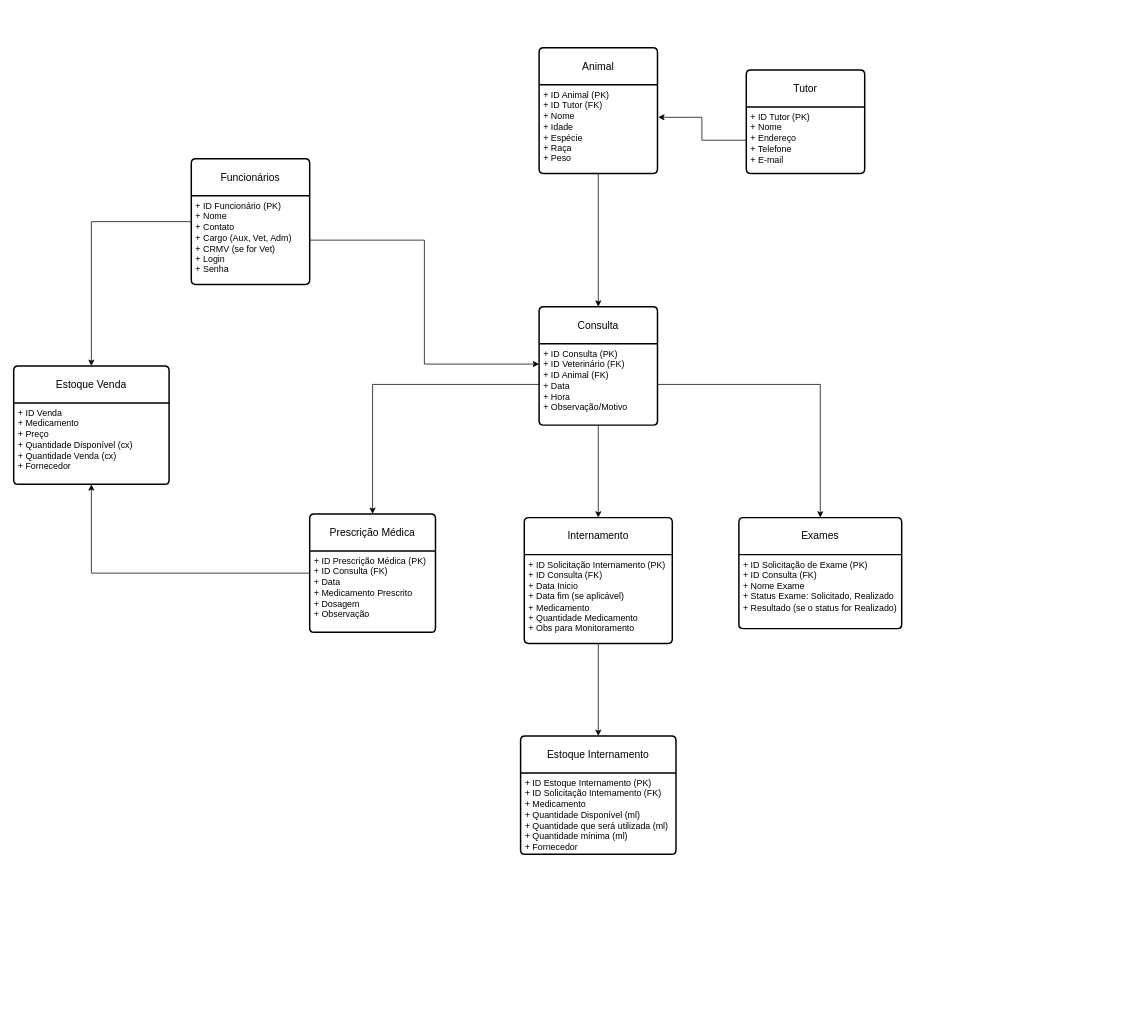
Above: ModelagemBancoClinicaVet.drawio in marcosbarross/MascotsClinicaVet (draw.io), before the change. Source tidied: cells renumbered, new cells numbered last; positions are measured from the earlier drawing's top-left corner, leaving out a move shared by most shapes. Both pictures are drawn from the tidied source at 74%, with x=0, y=0 at pixel (13, 47).
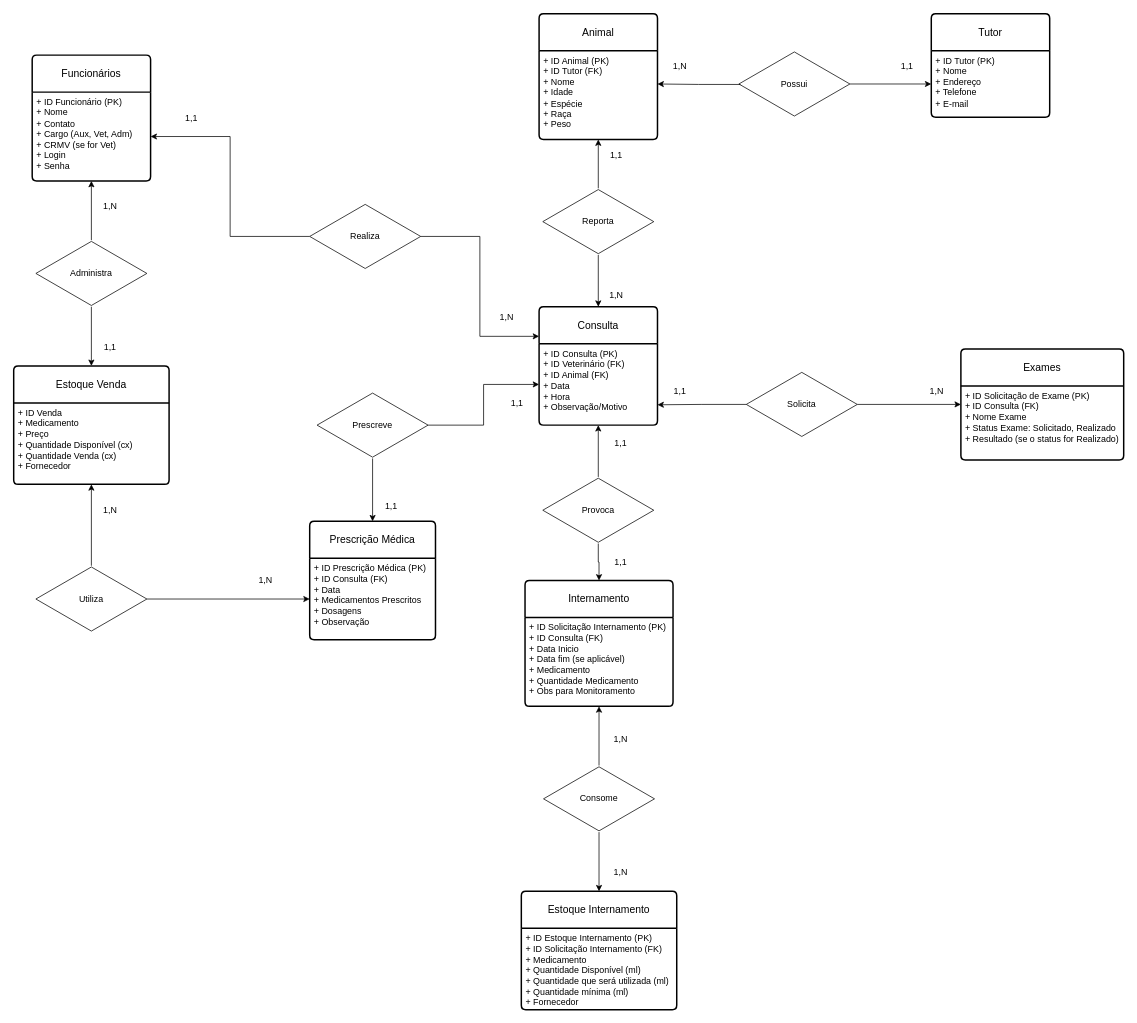
After the change.

Unchanged cells that the change refers to:
```xml
<mxCell id="4" value="+ ID Funcionário (PK)&lt;div&gt;+ Nome&lt;/div&gt;&lt;div&gt;+ Contato&lt;br&gt;&lt;div&gt;+ Cargo (Aux, Vet, Adm)&lt;/div&gt;&lt;div&gt;+ CRMV (se for Vet)&lt;/div&gt;&lt;div&gt;+&amp;nbsp;&lt;span style=&quot;background-color: initial;&quot;&gt;Login&amp;nbsp;&lt;/span&gt;&lt;/div&gt;&lt;div&gt;&lt;span style=&quot;background-color: initial;&quot;&gt;+ Senha&lt;/span&gt;&lt;/div&gt;&lt;/div&gt;" style="align=left;strokeColor=none;fillColor=none;spacingLeft=4;fontSize=12;verticalAlign=top;html=1;" parent="3" vertex="1">
  <mxGeometry y="50" width="160" height="120" as="geometry" />
</mxCell>
<mxCell id="6" value="+ ID Animal (PK)&lt;div&gt;+ ID Tutor (FK)&lt;/div&gt;&lt;div&gt;+ Nome&lt;/div&gt;&lt;div&gt;+ Idade&lt;/div&gt;&lt;div&gt;+ Espécie&lt;/div&gt;&lt;div&gt;+ Raça&lt;/div&gt;&lt;div&gt;+ Peso&lt;/div&gt;" style="align=left;strokeColor=none;fillColor=none;spacingLeft=4;fontSize=12;verticalAlign=top;html=1;" parent="5" vertex="1">
  <mxGeometry y="50" width="160" height="120" as="geometry" />
</mxCell>
<mxCell id="8" value="+ ID Tutor (PK)&lt;div&gt;+ Nome&lt;br&gt;+ Endereço&lt;br&gt;+ Telefone&amp;nbsp;&lt;br&gt;+ E-mail&lt;/div&gt;" style="align=left;strokeColor=none;fillColor=none;spacingLeft=4;fontSize=12;verticalAlign=top;html=1;" parent="7" vertex="1">
  <mxGeometry y="50" width="160" height="90" as="geometry" />
</mxCell>
<mxCell id="9" value="Consulta" style="swimlane;horizontal=1;startSize=50;rounded=1;fontSize=14;fontStyle=0;strokeWidth=2;shadow=0;dashed=0;align=center;arcSize=4;whiteSpace=wrap;html=1;" parent="1" vertex="1">
  <mxGeometry x="710" y="350" width="160" height="160" as="geometry" />
</mxCell>
<mxCell id="10" value="+ ID Consulta (PK)&lt;br&gt;+ ID Veterinário (FK)&amp;nbsp;&lt;div&gt;+ ID Animal (FK)&lt;/div&gt;&lt;div&gt;+ Data&lt;/div&gt;&lt;div&gt;+ Hora&lt;/div&gt;&lt;div&gt;+ Observação/Motivo&amp;nbsp;&lt;/div&gt;" style="align=left;strokeColor=none;fillColor=none;spacingLeft=4;fontSize=12;verticalAlign=top;html=1;" parent="9" vertex="1">
  <mxGeometry y="50" width="160" height="110" as="geometry" />
</mxCell>
<mxCell id="15" value="+ ID Solicitação de Exame (PK)&lt;div&gt;+ ID Consulta (FK)&lt;/div&gt;&lt;div&gt;+ Nome Exame&lt;/div&gt;&lt;div&gt;+ Status Exame: Solicitado, Realizado&amp;nbsp;&lt;/div&gt;&lt;div&gt;+ Resultado (se o status for Realizado)&lt;/div&gt;" style="align=left;strokeColor=none;fillColor=none;spacingLeft=4;fontSize=12;verticalAlign=top;html=1;" parent="14" vertex="1">
  <mxGeometry y="50" width="220" height="100" as="geometry" />
</mxCell>
<mxCell id="17" value="+ ID Solicitação Internamento (PK)&lt;div&gt;+ ID Consulta (FK)&lt;/div&gt;&lt;div&gt;+ Data Inicio&lt;/div&gt;&lt;div&gt;+ Data fim (se aplicável)&lt;/div&gt;&lt;div&gt;+ Medicamento&lt;br&gt;+ Quantidade Medicamento&lt;br&gt;+ Obs para Monitoramento&lt;/div&gt;" style="align=left;strokeColor=none;fillColor=none;spacingLeft=4;fontSize=12;verticalAlign=top;html=1;" parent="16" vertex="1">
  <mxGeometry y="50" width="200" height="120" as="geometry" />
</mxCell>
<mxCell id="20" value="Estoque Venda" style="swimlane;horizontal=1;startSize=50;rounded=1;fontSize=14;fontStyle=0;strokeWidth=2;shadow=0;dashed=0;align=center;arcSize=4;whiteSpace=wrap;html=1;" parent="1" vertex="1">
  <mxGeometry y="430" width="210" height="160" as="geometry" />
</mxCell>
<mxCell id="21" value="&lt;div&gt;&lt;span style=&quot;background-color: initial;&quot;&gt;+ ID Venda&lt;/span&gt;&lt;/div&gt;&lt;div&gt;&lt;span style=&quot;background-color: initial;&quot;&gt;+ Medicamento&lt;/span&gt;&lt;br&gt;&lt;/div&gt;&lt;div&gt;&lt;span style=&quot;background-color: initial;&quot;&gt;+ Preço&lt;/span&gt;&lt;/div&gt;&lt;div&gt;+ Quantidade Disponível (cx)&lt;br&gt;+ Quantidade Venda (cx)&lt;/div&gt;&lt;div&gt;+ Fornecedor&lt;/div&gt;" style="align=left;strokeColor=none;fillColor=none;spacingLeft=4;fontSize=12;verticalAlign=top;html=1;" parent="20" vertex="1">
  <mxGeometry y="50" width="210" height="110" as="geometry" />
</mxCell>
```

What changed in the source:
```diff
@@
-    <mxCell id="2" style="edgeStyle=orthogonalEdgeStyle;rounded=0;jettySize=auto;html=1;" parent="1" edge="1" source="3" target="20">
-      <mxGeometry relative="1" as="geometry" />
-    </mxCell>
     <mxCell id="3" value="Funcionários" style="swimlane;horizontal=1;startSize=50;rounded=1;fontSize=14;fontStyle=0;strokeWidth=2;shadow=0;dashed=0;align=center;arcSize=4;whiteSpace=wrap;html=1;" parent="1" vertex="1">
-      <mxGeometry x="240" y="150" width="160" height="170" as="geometry" />
+      <mxGeometry x="25" y="10" width="160" height="170" as="geometry" />
     </mxCell>
@@
     <mxCell id="5" value="Animal" style="swimlane;horizontal=1;startSize=50;rounded=1;fontSize=14;fontStyle=0;strokeWidth=2;shadow=0;dashed=0;align=center;arcSize=4;whiteSpace=wrap;html=1;" parent="1" vertex="1">
-      <mxGeometry x="710" width="160" height="170" as="geometry" />
+      <mxGeometry x="710" y="-46" width="160" height="170" as="geometry" />
     </mxCell>
@@
     <mxCell id="7" value="Tutor" style="swimlane;horizontal=1;startSize=50;rounded=1;fontSize=14;fontStyle=0;strokeWidth=2;shadow=0;dashed=0;align=center;arcSize=4;whiteSpace=wrap;html=1;" parent="1" vertex="1">
-      <mxGeometry x="990" y="30" width="160" height="140" as="geometry" />
+      <mxGeometry x="1240" y="-46" width="160" height="140" as="geometry" />
     </mxCell>
@@
-    <mxCell id="11" style="edgeStyle=orthogonalEdgeStyle;rounded=0;jettySize=auto;html=1;entryX=0.5;entryY=1;entryDx=0;entryDy=0;" parent="1" edge="1" source="12" target="21">
-      <mxGeometry relative="1" as="geometry" />
-    </mxCell>
     <mxCell id="12" value="Prescrição Médica" style="swimlane;horizontal=1;startSize=50;rounded=1;fontSize=14;fontStyle=0;strokeWidth=2;shadow=0;dashed=0;align=center;arcSize=4;whiteSpace=wrap;html=1;" parent="1" vertex="1">
-      <mxGeometry x="400" y="630" width="170" height="160" as="geometry" />
+      <mxGeometry x="400" y="640" width="170" height="160" as="geometry" />
     </mxCell>
-    <mxCell id="13" value="+ ID Prescrição Médica (PK)&lt;br&gt;+ ID Consulta (FK)&lt;div&gt;+ Data&lt;/div&gt;&lt;div&gt;+ Medicamento Prescrito&lt;/div&gt;&lt;div&gt;+ Dosagem&lt;/div&gt;&lt;div&gt;+ Observação&lt;/div&gt;" style="align=left;strokeColor=none;fillColor=none;spacingLeft=4;fontSize=12;verticalAlign=top;html=1;" parent="12" vertex="1">
+    <mxCell id="13" value="+ ID Prescrição Médica (PK)&lt;br&gt;+ ID Consulta (FK)&lt;div&gt;+ Data&lt;/div&gt;&lt;div&gt;+ Medicamentos Prescritos&lt;/div&gt;&lt;div&gt;+ Dosagens&lt;/div&gt;&lt;div&gt;+ Observação&lt;/div&gt;" style="align=left;strokeColor=none;fillColor=none;spacingLeft=4;fontSize=12;verticalAlign=top;html=1;" parent="12" vertex="1">
       <mxGeometry y="50" width="170" height="110" as="geometry" />
     </mxCell>
     <mxCell id="14" value="Exames" style="swimlane;horizontal=1;startSize=50;rounded=1;fontSize=14;fontStyle=0;strokeWidth=2;shadow=0;dashed=0;align=center;arcSize=4;whiteSpace=wrap;html=1;" parent="1" vertex="1">
-      <mxGeometry x="980" y="635" width="220" height="150" as="geometry" />
+      <mxGeometry x="1280" y="407" width="220" height="150" as="geometry" />
     </mxCell>
@@
     <mxCell id="16" value="Internamento" style="swimlane;horizontal=1;startSize=50;rounded=1;fontSize=14;fontStyle=0;strokeWidth=2;shadow=0;dashed=0;align=center;arcSize=4;whiteSpace=wrap;html=1;" parent="1" vertex="1">
-      <mxGeometry x="690" y="635" width="200" height="170" as="geometry" />
+      <mxGeometry x="691" y="720" width="200" height="170" as="geometry" />
     </mxCell>
@@
     <mxCell id="18" value="Estoque Internamento" style="swimlane;horizontal=1;startSize=50;rounded=1;fontSize=14;fontStyle=0;strokeWidth=2;shadow=0;dashed=0;align=center;arcSize=4;whiteSpace=wrap;html=1;" parent="1" vertex="1">
-      <mxGeometry x="685" y="930" width="210" height="160" as="geometry" />
+      <mxGeometry x="686" y="1140" width="210" height="160" as="geometry" />
     </mxCell>
@@
-    <mxCell id="22" style="edgeStyle=orthogonalEdgeStyle;rounded=0;jettySize=auto;html=1;" parent="1" edge="1" source="6" target="9">
-      <mxGeometry relative="1" as="geometry" />
-    </mxCell>
-    <mxCell id="23" style="edgeStyle=orthogonalEdgeStyle;rounded=0;jettySize=auto;html=1;entryX=0;entryY=0.25;entryDx=0;entryDy=0;" parent="1" edge="1" source="4" target="10">
-      <mxGeometry relative="1" as="geometry" />
-    </mxCell>
-    <mxCell id="24" style="edgeStyle=orthogonalEdgeStyle;rounded=0;jettySize=auto;html=1;entryX=0.5;entryY=0;entryDx=0;entryDy=0;" parent="1" edge="1" source="10" target="14">
-      <mxGeometry relative="1" as="geometry" />
-    </mxCell>
-    <mxCell id="25" style="edgeStyle=orthogonalEdgeStyle;rounded=0;jettySize=auto;html=1;entryX=0.5;entryY=0;entryDx=0;entryDy=0;" parent="1" edge="1" source="10" target="16">
-      <mxGeometry relative="1" as="geometry" />
-    </mxCell>
-    <mxCell id="26" style="edgeStyle=orthogonalEdgeStyle;rounded=0;jettySize=auto;html=1;entryX=0.5;entryY=0;entryDx=0;entryDy=0;" parent="1" edge="1" source="10" target="12">
-      <mxGeometry relative="1" as="geometry" />
-    </mxCell>
-    <mxCell id="27" style="edgeStyle=orthogonalEdgeStyle;rounded=0;jettySize=auto;html=1;entryX=0.5;entryY=0;entryDx=0;entryDy=0;" parent="1" edge="1" source="17" target="18">
-      <mxGeometry relative="1" as="geometry" />
-    </mxCell>
-    <mxCell id="28" style="edgeStyle=orthogonalEdgeStyle;rounded=0;jettySize=auto;html=1;entryX=1.006;entryY=0.367;entryDx=0;entryDy=0;entryPerimeter=0;" parent="1" edge="1" source="8" target="6">
-      <mxGeometry relative="1" as="geometry" />
-    </mxCell>
+    <mxCell id="29" style="edgeStyle=orthogonalEdgeStyle;rounded=0;jettySize=auto;html=1;" parent="1" edge="1" source="30" target="8">
+      <mxGeometry relative="1" as="geometry" />
+    </mxCell>
+    <mxCell id="30" value="Possui" style="html=1;whiteSpace=wrap;shape=isoRectangle;" parent="1" vertex="1">
+      <mxGeometry x="980" y="4" width="150" height="90" as="geometry" />
+    </mxCell>
+    <mxCell id="31" style="edgeStyle=orthogonalEdgeStyle;rounded=0;jettySize=auto;html=1;entryX=1;entryY=0.75;entryDx=0;entryDy=0;" parent="1" edge="1" source="33" target="10">
+      <mxGeometry relative="1" as="geometry" />
+    </mxCell>
+    <mxCell id="32" style="edgeStyle=orthogonalEdgeStyle;rounded=0;jettySize=auto;html=1;entryX=0;entryY=0.25;entryDx=0;entryDy=0;" parent="1" edge="1" source="33" target="15">
+      <mxGeometry relative="1" as="geometry" />
+    </mxCell>
+    <mxCell id="33" value="Solicita" style="html=1;whiteSpace=wrap;shape=isoRectangle;" parent="1" vertex="1">
+      <mxGeometry x="990" y="437" width="150" height="90" as="geometry" />
+    </mxCell>
+    <mxCell id="34" style="edgeStyle=orthogonalEdgeStyle;rounded=0;jettySize=auto;html=1;" parent="1" edge="1" source="36" target="17">
+      <mxGeometry relative="1" as="geometry" />
+    </mxCell>
+    <mxCell id="35" style="edgeStyle=orthogonalEdgeStyle;rounded=0;jettySize=auto;html=1;" parent="1" edge="1" source="36" target="18">
+      <mxGeometry relative="1" as="geometry" />
+    </mxCell>
+    <mxCell id="36" value="Consome" style="html=1;whiteSpace=wrap;shape=isoRectangle;" parent="1" vertex="1">
+      <mxGeometry x="716" y="970" width="150" height="90" as="geometry" />
+    </mxCell>
+    <mxCell id="37" style="edgeStyle=orthogonalEdgeStyle;rounded=0;jettySize=auto;html=1;entryX=0.5;entryY=1;entryDx=0;entryDy=0;" parent="1" edge="1" source="39" target="21">
+      <mxGeometry relative="1" as="geometry" />
+    </mxCell>
+    <mxCell id="38" style="edgeStyle=orthogonalEdgeStyle;rounded=0;jettySize=auto;html=1;entryX=0;entryY=0.5;entryDx=0;entryDy=0;" parent="1" edge="1" source="39" target="13">
+      <mxGeometry relative="1" as="geometry" />
+    </mxCell>
+    <mxCell id="39" value="Utiliza" style="html=1;whiteSpace=wrap;shape=isoRectangle;" parent="1" vertex="1">
+      <mxGeometry x="30" y="700" width="150" height="90" as="geometry" />
+    </mxCell>
+    <mxCell id="40" style="edgeStyle=orthogonalEdgeStyle;rounded=0;jettySize=auto;html=1;entryX=0.5;entryY=1;entryDx=0;entryDy=0;" parent="1" edge="1" source="42" target="4">
+      <mxGeometry relative="1" as="geometry" />
+    </mxCell>
+    <mxCell id="41" style="edgeStyle=orthogonalEdgeStyle;rounded=0;jettySize=auto;html=1;" parent="1" edge="1" source="42" target="20">
+      <mxGeometry relative="1" as="geometry" />
+    </mxCell>
+    <mxCell id="42" value="Administra" style="html=1;whiteSpace=wrap;shape=isoRectangle;" parent="1" vertex="1">
+      <mxGeometry x="30" y="260" width="150" height="90" as="geometry" />
+    </mxCell>
+    <mxCell id="43" style="edgeStyle=orthogonalEdgeStyle;rounded=0;jettySize=auto;html=1;entryX=1;entryY=0.5;entryDx=0;entryDy=0;" parent="1" edge="1" source="45" target="4">
+      <mxGeometry relative="1" as="geometry" />
+    </mxCell>
+    <mxCell id="44" style="edgeStyle=orthogonalEdgeStyle;rounded=0;jettySize=auto;html=1;entryX=0;entryY=0.25;entryDx=0;entryDy=0;" parent="1" edge="1" source="45" target="9">
+      <mxGeometry relative="1" as="geometry" />
+    </mxCell>
+    <mxCell id="45" value="Realiza" style="html=1;whiteSpace=wrap;shape=isoRectangle;" parent="1" vertex="1">
+      <mxGeometry x="400" y="210" width="150" height="90" as="geometry" />
+    </mxCell>
+    <mxCell id="46" style="edgeStyle=orthogonalEdgeStyle;rounded=0;jettySize=auto;html=1;" parent="1" edge="1" source="48" target="10">
+      <mxGeometry relative="1" as="geometry" />
+    </mxCell>
+    <mxCell id="47" style="edgeStyle=orthogonalEdgeStyle;rounded=0;jettySize=auto;html=1;entryX=0.5;entryY=0;entryDx=0;entryDy=0;" parent="1" edge="1" source="48" target="12">
+      <mxGeometry relative="1" as="geometry" />
+    </mxCell>
+    <mxCell id="48" value="Prescreve" style="html=1;whiteSpace=wrap;shape=isoRectangle;" parent="1" vertex="1">
+      <mxGeometry x="410" y="465" width="150" height="90" as="geometry" />
+    </mxCell>
+    <mxCell id="49" style="edgeStyle=orthogonalEdgeStyle;rounded=0;jettySize=auto;html=1;entryX=0.5;entryY=1;entryDx=0;entryDy=0;" parent="1" edge="1" source="51" target="10">
+      <mxGeometry relative="1" as="geometry" />
+    </mxCell>
+    <mxCell id="50" style="edgeStyle=orthogonalEdgeStyle;rounded=0;jettySize=auto;html=1;" parent="1" edge="1" source="51" target="16">
+      <mxGeometry relative="1" as="geometry" />
+    </mxCell>
+    <mxCell id="51" value="Provoca" style="html=1;whiteSpace=wrap;shape=isoRectangle;" parent="1" vertex="1">
+      <mxGeometry x="715" y="580" width="150" height="90" as="geometry" />
+    </mxCell>
+    <mxCell id="52" style="edgeStyle=orthogonalEdgeStyle;rounded=0;jettySize=auto;html=1;" parent="1" edge="1" source="54" target="6">
+      <mxGeometry relative="1" as="geometry" />
+    </mxCell>
+    <mxCell id="53" style="edgeStyle=orthogonalEdgeStyle;rounded=0;jettySize=auto;html=1;" parent="1" edge="1" source="54" target="9">
+      <mxGeometry relative="1" as="geometry" />
+    </mxCell>
+    <mxCell id="54" value="Reporta" style="html=1;whiteSpace=wrap;shape=isoRectangle;" parent="1" vertex="1">
+      <mxGeometry x="715" y="190" width="150" height="90" as="geometry" />
+    </mxCell>
+    <mxCell id="55" value="1,1" style="text;html=1;align=center;verticalAlign=middle;strokeColor=none;fillColor=none;" parent="1" vertex="1">
+      <mxGeometry x="794" y="130" width="40" height="30" as="geometry" />
+    </mxCell>
+    <mxCell id="56" value="1,N" style="text;html=1;align=center;verticalAlign=middle;strokeColor=none;fillColor=none;" parent="1" vertex="1">
+      <mxGeometry x="794" y="320" width="40" height="30" as="geometry" />
+    </mxCell>
+    <mxCell id="57" value="1,N" style="text;html=1;align=center;verticalAlign=middle;strokeColor=none;fillColor=none;" parent="1" vertex="1">
+      <mxGeometry x="880" y="10" width="40" height="30" as="geometry" />
+    </mxCell>
+    <mxCell id="58" value="1,1" style="text;html=1;align=center;verticalAlign=middle;strokeColor=none;fillColor=none;" parent="1" vertex="1">
+      <mxGeometry x="1187" y="10" width="40" height="30" as="geometry" />
+    </mxCell>
+    <mxCell id="59" style="edgeStyle=orthogonalEdgeStyle;rounded=0;jettySize=auto;html=1;exitX=0.014;exitY=0.507;exitDx=0;exitDy=0;exitPerimeter=0;" parent="1" edge="1" source="30">
+      <mxGeometry relative="1" as="geometry">
+        <mxPoint x="870" y="49" as="targetPoint" />
+      </mxGeometry>
+    </mxCell>
+    <mxCell id="60" value="1,1" style="text;html=1;align=center;verticalAlign=middle;strokeColor=none;fillColor=none;" parent="1" vertex="1">
+      <mxGeometry x="660" y="465" width="40" height="30" as="geometry" />
+    </mxCell>
+    <mxCell id="61" value="1,1" style="text;html=1;align=center;verticalAlign=middle;strokeColor=none;fillColor=none;" parent="1" vertex="1">
+      <mxGeometry x="490" y="605" width="40" height="30" as="geometry" />
+    </mxCell>
+    <mxCell id="62" value="1,1" style="text;html=1;align=center;verticalAlign=middle;strokeColor=none;fillColor=none;" parent="1" vertex="1">
+      <mxGeometry x="800" y="520" width="40" height="30" as="geometry" />
+    </mxCell>
+    <mxCell id="63" value="1,1" style="text;html=1;align=center;verticalAlign=middle;strokeColor=none;fillColor=none;" parent="1" vertex="1">
+      <mxGeometry x="800" y="680" width="40" height="30" as="geometry" />
+    </mxCell>
+    <mxCell id="64" value="1,1" style="text;html=1;align=center;verticalAlign=middle;strokeColor=none;fillColor=none;" parent="1" vertex="1">
+      <mxGeometry x="880" y="450" width="40" height="30" as="geometry" />
+    </mxCell>
+    <mxCell id="65" value="1,N" style="text;html=1;align=center;verticalAlign=middle;strokeColor=none;fillColor=none;" parent="1" vertex="1">
+      <mxGeometry x="1227" y="450" width="40" height="30" as="geometry" />
+    </mxCell>
+    <mxCell id="66" value="1,N" style="text;html=1;align=center;verticalAlign=middle;strokeColor=none;fillColor=none;" parent="1" vertex="1">
+      <mxGeometry x="646" y="350" width="40" height="30" as="geometry" />
+    </mxCell>
+    <mxCell id="67" value="1,1" style="text;html=1;align=center;verticalAlign=middle;strokeColor=none;fillColor=none;" parent="1" vertex="1">
+      <mxGeometry x="220" y="80" width="40" height="30" as="geometry" />
+    </mxCell>
+    <mxCell id="68" value="1,N" style="text;html=1;align=center;verticalAlign=middle;strokeColor=none;fillColor=none;" parent="1" vertex="1">
+      <mxGeometry x="800" y="920" width="40" height="30" as="geometry" />
+    </mxCell>
+    <mxCell id="69" value="1,N" style="text;html=1;align=center;verticalAlign=middle;strokeColor=none;fillColor=none;" parent="1" vertex="1">
+      <mxGeometry x="800" y="1100" width="40" height="30" as="geometry" />
+    </mxCell>
+    <mxCell id="70" value="1,N" style="text;html=1;align=center;verticalAlign=middle;strokeColor=none;fillColor=none;" parent="1" vertex="1">
+      <mxGeometry x="320" y="705" width="40" height="30" as="geometry" />
+    </mxCell>
+    <mxCell id="71" value="1,N" style="text;html=1;align=center;verticalAlign=middle;strokeColor=none;fillColor=none;" parent="1" vertex="1">
+      <mxGeometry x="110" y="610" width="40" height="30" as="geometry" />
+    </mxCell>
+    <mxCell id="72" value="1,N" style="text;html=1;align=center;verticalAlign=middle;strokeColor=none;fillColor=none;" parent="1" vertex="1">
+      <mxGeometry x="110" y="200" width="40" height="30" as="geometry" />
+    </mxCell>
+    <mxCell id="73" value="1,1" style="text;html=1;align=center;verticalAlign=middle;strokeColor=none;fillColor=none;" parent="1" vertex="1">
+      <mxGeometry x="110" y="390" width="40" height="30" as="geometry" />
+    </mxCell>
```
